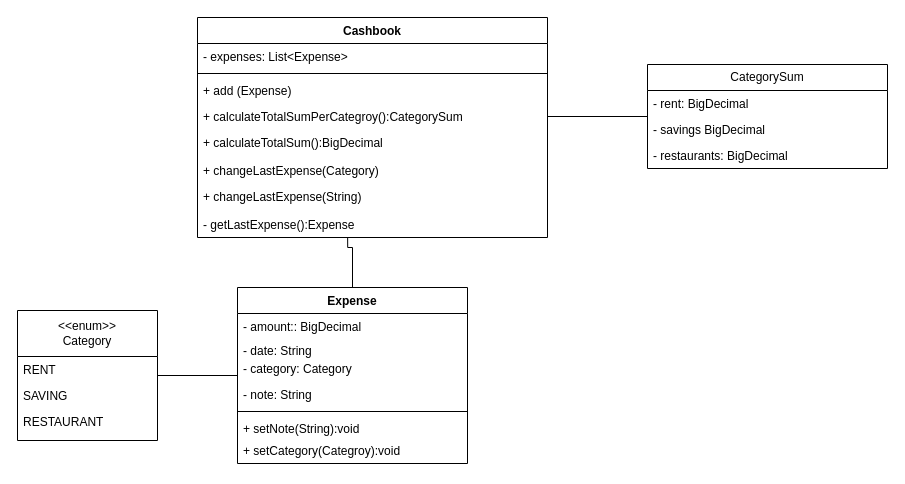
This is ClassDiagram.drawio from BarbaraSachLackner/CashbookSampleSolution, a draw.io file, before an edit. Source tidied: cells renumbered, new cells numbered last; positions are measured from the earlier drawing's top-left corner, leaving out a move shared by most shapes. Both pictures are drawn from the tidied source at 100%, with x=0, y=0 at pixel (17, 17).
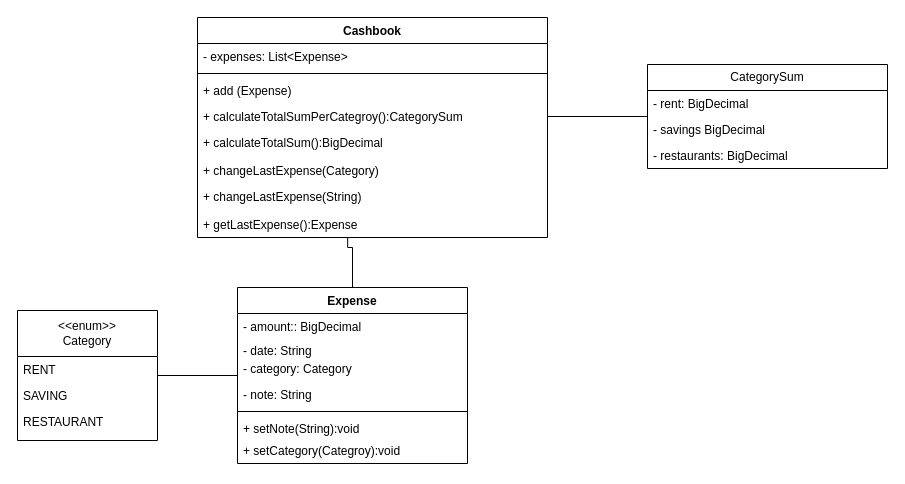
The same page after the edit.

Commit message (it also covers changes not shown here):
getLastExpense: Must be public

Unchanged cells that the change refers to:
```xml
<mxCell id="2" value="Cashbook" style="swimlane;fontStyle=1;align=center;verticalAlign=top;horizontal=1;startSize=26;whiteSpace=wrap;html=1;" parent="1" vertex="1">
  <mxGeometry x="180" width="350" height="220" as="geometry" />
</mxCell>
```

The edit, as a diff of the source:
```diff
@@
-    <mxCell id="10" value="- getLastExpense():Expense" style="text;strokeColor=none;fillColor=none;align=left;verticalAlign=top;spacingLeft=4;spacingRight=4;overflow=hidden;points=[[0,0.5],[1,0.5]];portConstraint=eastwest;whiteSpace=wrap;html=1;" parent="2" vertex="1">
+    <mxCell id="10" value="+ getLastExpense():Expense" style="text;strokeColor=none;fillColor=none;align=left;verticalAlign=top;spacingLeft=4;spacingRight=4;overflow=hidden;points=[[0,0.5],[1,0.5]];portConstraint=eastwest;whiteSpace=wrap;html=1;" parent="2" vertex="1">
       <mxGeometry y="194" width="350" height="26" as="geometry" />
     </mxCell>
```
